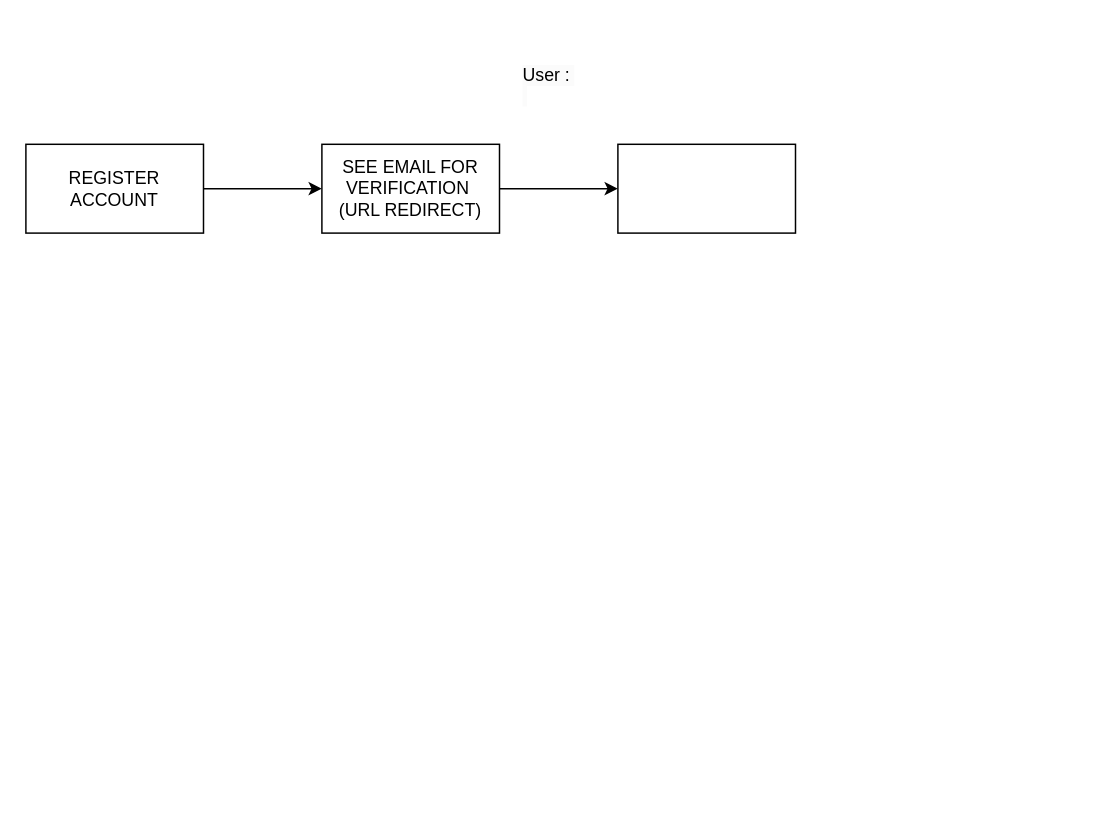
Before: Untitled Diagram.drawio in aqilanwar/atlas-api, a draw.io diagram. Source tidied: cells renumbered, new cells numbered last; positions are measured from the earlier drawing's top-left corner, leaving out a move shared by most shapes. Both pictures are drawn from the tidied source at 148%, with x=0, y=0 at pixel (25, 55).
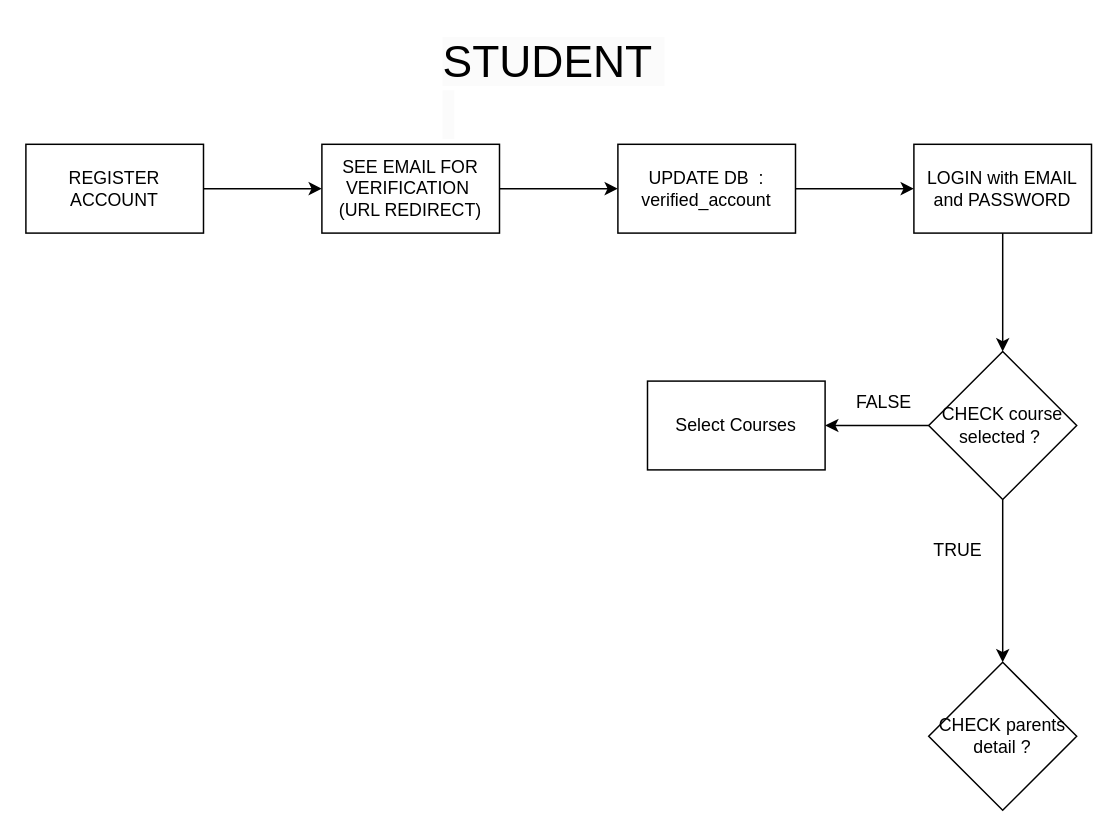
The same diagram, later.

The edit, as a diff of the source:
```diff
@@
 <mxGraphModel>
   <root>
     <mxCell id="0" />
     <mxCell id="1" parent="0" />
-    <mxCell id="2" value="&lt;span style=&quot;color: rgb(0, 0, 0); font-family: Helvetica; font-size: 12px; font-style: normal; font-variant-ligatures: normal; font-variant-caps: normal; font-weight: 400; letter-spacing: normal; orphans: 2; text-align: center; text-indent: 0px; text-transform: none; widows: 2; word-spacing: 0px; -webkit-text-stroke-width: 0px; background-color: rgb(251, 251, 251); text-decoration-thickness: initial; text-decoration-style: initial; text-decoration-color: initial; float: none; display: inline !important;&quot;&gt;User :&amp;nbsp;&lt;/span&gt;&lt;br style=&quot;border-color: var(--border-color); color: rgb(0, 0, 0); font-family: Helvetica; font-size: 12px; font-style: normal; font-variant-ligatures: normal; font-variant-caps: normal; font-weight: 400; letter-spacing: normal; orphans: 2; text-align: center; text-indent: 0px; text-transform: none; widows: 2; word-spacing: 0px; -webkit-text-stroke-width: 0px; background-color: rgb(251, 251, 251); text-decoration-thickness: initial; text-decoration-style: initial; text-decoration-color: initial;&quot;&gt;&lt;span style=&quot;color: rgb(0, 0, 0); font-family: Helvetica; font-size: 12px; font-style: normal; font-variant-ligatures: normal; font-variant-caps: normal; font-weight: 400; letter-spacing: normal; orphans: 2; text-align: center; text-indent: 0px; text-transform: none; widows: 2; word-spacing: 0px; -webkit-text-stroke-width: 0px; background-color: rgb(251, 251, 251); text-decoration-thickness: initial; text-decoration-style: initial; text-decoration-color: initial; float: none; display: inline !important;&quot;&gt;&amp;nbsp;&lt;/span&gt;" style="text;whiteSpace=wrap;html=1;" parent="1" vertex="1">
-      <mxGeometry x="334" width="40" height="20" as="geometry" />
+    <mxCell id="2" value="&lt;font style=&quot;font-size: 30px;&quot;&gt;&lt;span style=&quot;color: rgb(0, 0, 0); font-family: Helvetica; font-style: normal; font-variant-ligatures: normal; font-variant-caps: normal; font-weight: 400; letter-spacing: normal; orphans: 2; text-align: center; text-indent: 0px; text-transform: none; widows: 2; word-spacing: 0px; -webkit-text-stroke-width: 0px; background-color: rgb(251, 251, 251); text-decoration-thickness: initial; text-decoration-style: initial; text-decoration-color: initial; float: none; display: inline !important;&quot;&gt;STUDENT&amp;nbsp;&lt;/span&gt;&lt;br style=&quot;border-color: var(--border-color); color: rgb(0, 0, 0); font-family: Helvetica; font-style: normal; font-variant-ligatures: normal; font-variant-caps: normal; font-weight: 400; letter-spacing: normal; orphans: 2; text-align: center; text-indent: 0px; text-transform: none; widows: 2; word-spacing: 0px; -webkit-text-stroke-width: 0px; background-color: rgb(251, 251, 251); text-decoration-thickness: initial; text-decoration-style: initial; text-decoration-color: initial;&quot;&gt;&lt;span style=&quot;color: rgb(0, 0, 0); font-family: Helvetica; font-style: normal; font-variant-ligatures: normal; font-variant-caps: normal; font-weight: 400; letter-spacing: normal; orphans: 2; text-align: center; text-indent: 0px; text-transform: none; widows: 2; word-spacing: 0px; -webkit-text-stroke-width: 0px; background-color: rgb(251, 251, 251); text-decoration-thickness: initial; text-decoration-style: initial; text-decoration-color: initial; float: none; display: inline !important;&quot;&gt;&amp;nbsp;&lt;/span&gt;&lt;/font&gt;" style="text;whiteSpace=wrap;html=1;" parent="1" vertex="1">
+      <mxGeometry x="280" y="-20" width="160" height="50" as="geometry" />
     </mxCell>
     <mxCell id="3" style="edgeStyle=orthogonalEdgeStyle;rounded=0;jettySize=auto;html=1;" parent="1" edge="1" source="4" target="6">
       <mxGeometry relative="1" as="geometry" />
     </mxCell>
     <mxCell id="4" value="REGISTER ACCOUNT" style="rounded=0;whiteSpace=wrap;html=1;" parent="1" vertex="1">
       <mxGeometry y="60" width="120" height="60" as="geometry" />
     </mxCell>
     <mxCell id="5" style="edgeStyle=orthogonalEdgeStyle;rounded=0;jettySize=auto;html=1;" parent="1" edge="1" source="6" target="7">
       <mxGeometry relative="1" as="geometry" />
     </mxCell>
     <mxCell id="6" value="SEE EMAIL FOR VERIFICATION&amp;nbsp;&lt;br&gt;(URL REDIRECT)" style="rounded=0;whiteSpace=wrap;html=1;" parent="1" vertex="1">
       <mxGeometry x="200" y="60" width="120" height="60" as="geometry" />
     </mxCell>
+    <mxCell id="8" style="edgeStyle=orthogonalEdgeStyle;rounded=0;jettySize=auto;html=1;" parent="1" edge="1" source="7" target="10">
+      <mxGeometry relative="1" as="geometry" />
+    </mxCell>
-    <mxCell id="7" style="rounded=0;whiteSpace=wrap;html=1;" parent="1" vertex="1">
+    <mxCell id="7" value="UPDATE DB&amp;nbsp; : verified_account" style="rounded=0;whiteSpace=wrap;html=1;" parent="1" vertex="1">
       <mxGeometry x="400" y="60" width="120" height="60" as="geometry" />
     </mxCell>
+    <mxCell id="9" style="edgeStyle=orthogonalEdgeStyle;rounded=0;jettySize=auto;html=1;" parent="1" edge="1" source="10">
+      <mxGeometry relative="1" as="geometry">
+        <mxPoint x="660" y="200" as="targetPoint" />
+      </mxGeometry>
+    </mxCell>
+    <mxCell id="10" value="LOGIN with EMAIL and PASSWORD" style="rounded=0;whiteSpace=wrap;html=1;" parent="1" vertex="1">
+      <mxGeometry x="600" y="60" width="120" height="60" as="geometry" />
+    </mxCell>
+    <mxCell id="11" style="edgeStyle=orthogonalEdgeStyle;rounded=0;jettySize=auto;html=1;" parent="1" edge="1" source="13">
+      <mxGeometry relative="1" as="geometry">
+        <mxPoint x="660" y="410" as="targetPoint" />
+      </mxGeometry>
+    </mxCell>
+    <mxCell id="12" style="edgeStyle=orthogonalEdgeStyle;rounded=0;jettySize=auto;html=1;fontSize=30;" parent="1" edge="1" source="13" target="15">
+      <mxGeometry relative="1" as="geometry" />
+    </mxCell>
+    <mxCell id="13" value="CHECK course selected ?&amp;nbsp;" style="rhombus;whiteSpace=wrap;html=1;" parent="1" vertex="1">
+      <mxGeometry x="610" y="200" width="100" height="100" as="geometry" />
+    </mxCell>
+    <mxCell id="14" value="TRUE" style="text;html=1;strokeColor=none;fillColor=none;align=center;verticalAlign=middle;whiteSpace=wrap;rounded=0;" parent="1" vertex="1">
+      <mxGeometry x="600" y="320" width="60" height="30" as="geometry" />
+    </mxCell>
+    <mxCell id="15" value="Select Courses" style="whiteSpace=wrap;html=1;" parent="1" vertex="1">
+      <mxGeometry x="420" y="220" width="120" height="60" as="geometry" />
+    </mxCell>
+    <mxCell id="16" value="FALSE" style="text;html=1;strokeColor=none;fillColor=none;align=center;verticalAlign=middle;whiteSpace=wrap;rounded=0;" parent="1" vertex="1">
+      <mxGeometry x="550" y="220" width="60" height="30" as="geometry" />
+    </mxCell>
+    <mxCell id="17" value="CHECK parents detail ?" style="rhombus;whiteSpace=wrap;html=1;" parent="1" vertex="1">
+      <mxGeometry x="610" y="410" width="100" height="100" as="geometry" />
+    </mxCell>
   </root>
 </mxGraphModel>
```
